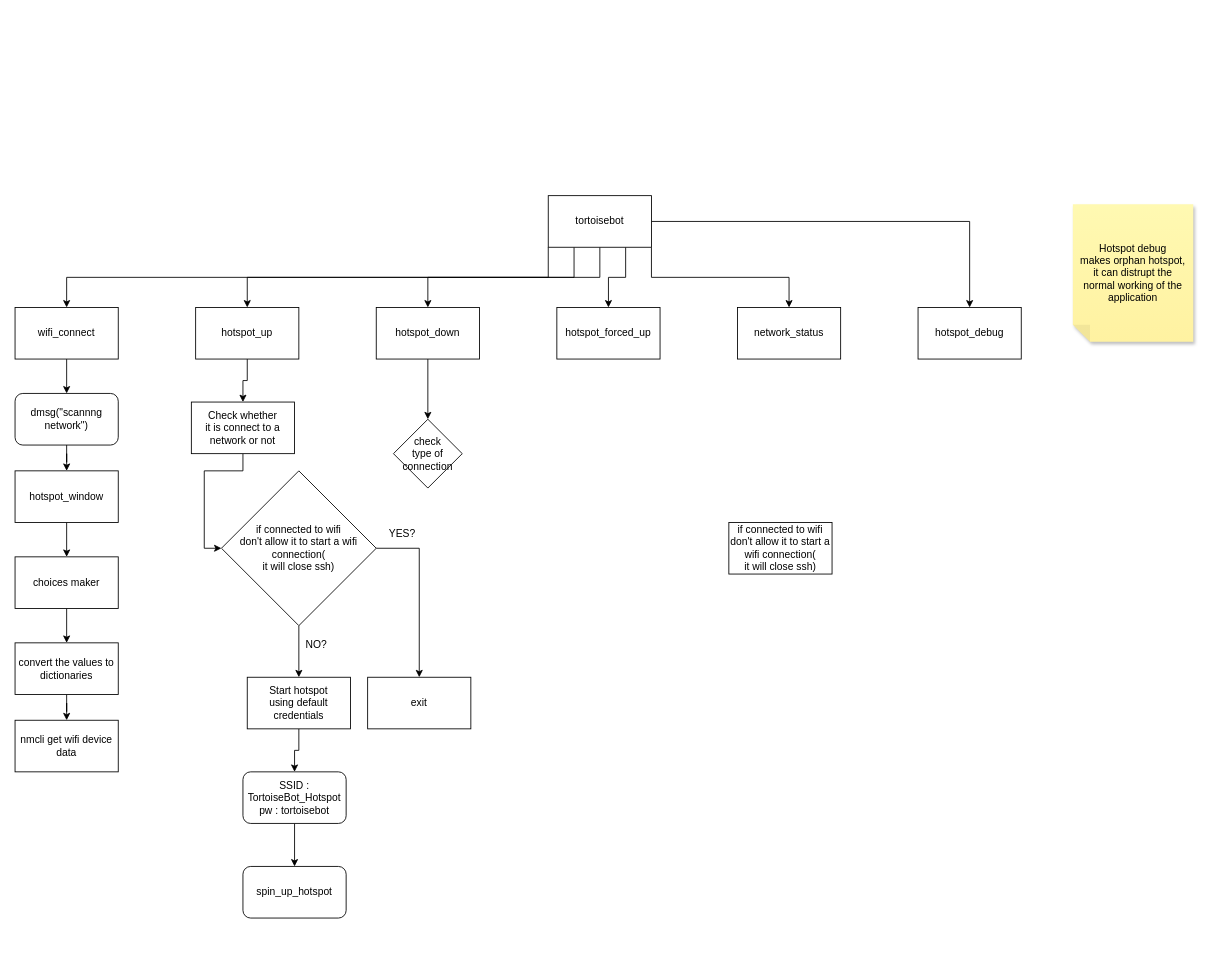
This is Untitled Diagram.drawio from lordofwizard/script, a draw.io file, before an edit. Source tidied: cells renumbered, new cells numbered last; positions are measured from the earlier drawing's top-left corner, leaving out a move shared by most shapes. Both pictures are drawn from the tidied source at 86%, with x=0, y=0 at pixel (15, 195).
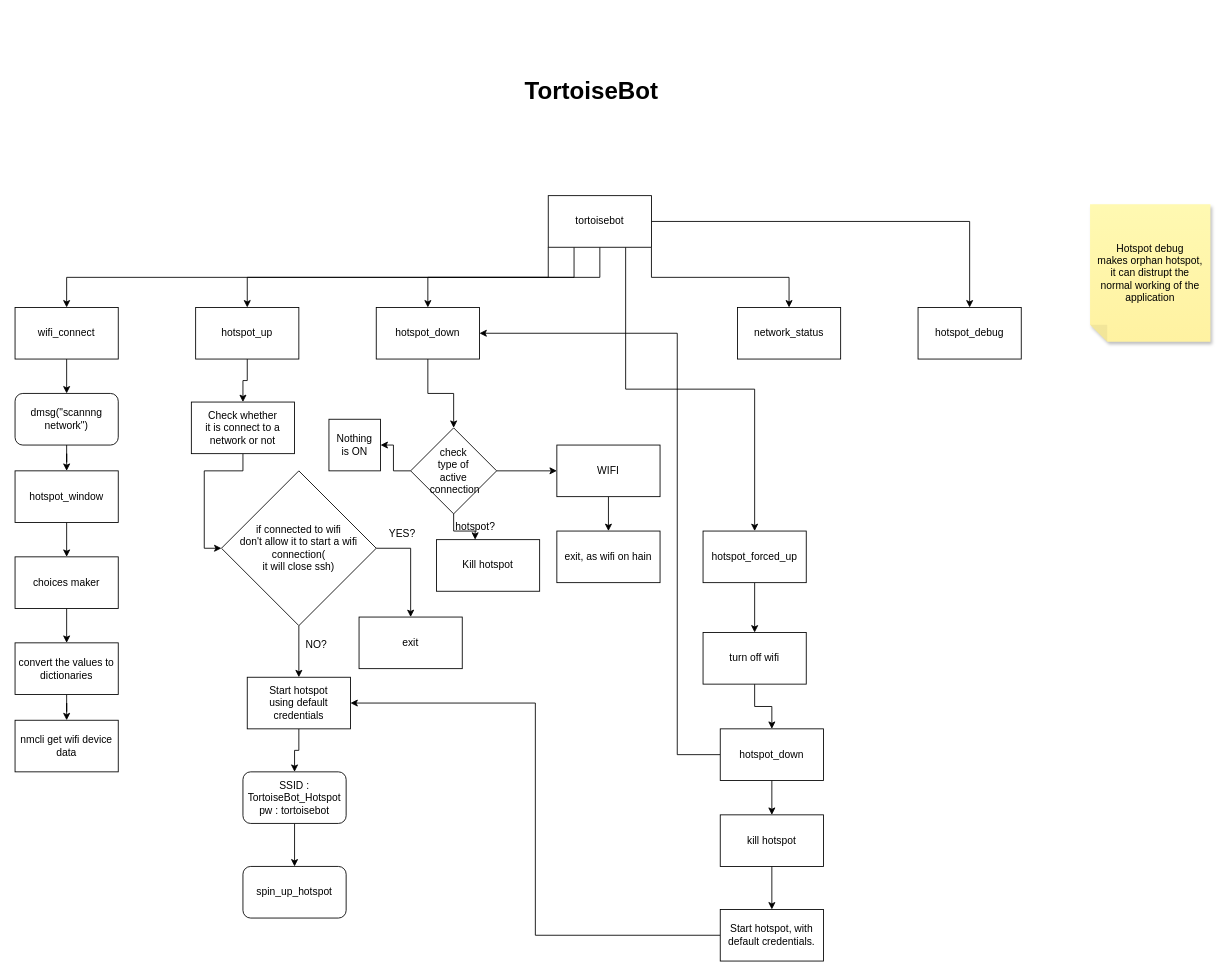
The same diagram, later.

Commit message:
updated, hotspot_down approach

The change refers to these unchanged cells:
```xml
<mxCell id="14" value="hotspot_down" style="whiteSpace=wrap;html=1;" parent="1" vertex="1">
  <mxGeometry x="420" y="130" width="120" height="60" as="geometry" />
</mxCell>
<mxCell id="37" value="Start hotspot &lt;br&gt;using default &lt;br&gt;credentials" style="whiteSpace=wrap;html=1;" parent="1" vertex="1">
  <mxGeometry x="270" y="560" width="120" height="60" as="geometry" />
</mxCell>
```

Diff of the diagram source:
```diff
@@
+    <mxCell id="43" style="edgeStyle=orthogonalEdgeStyle;rounded=0;jettySize=auto;html=1;" parent="1" edge="1" source="15" target="52">
+      <mxGeometry relative="1" as="geometry" />
+    </mxCell>
     <mxCell id="15" value="hotspot_forced_up" style="whiteSpace=wrap;html=1;" parent="1" vertex="1">
-      <mxGeometry x="630" y="130" width="120" height="60" as="geometry" />
+      <mxGeometry x="800" y="390" width="120" height="60" as="geometry" />
     </mxCell>
@@
     <mxCell id="29" value="&lt;div&gt;Hotspot debug&lt;/div&gt;&lt;div&gt;makes orphan hotspot,&lt;/div&gt;&lt;div&gt;it can distrupt the &lt;br&gt;&lt;/div&gt;&lt;div&gt;normal working of the application&lt;/div&gt;" style="shape=note;whiteSpace=wrap;html=1;backgroundOutline=1;fontColor=#000000;darkOpacity=0.05;fillColor=#FFF9B2;strokeColor=none;fillStyle=solid;direction=west;gradientDirection=north;gradientColor=#FFF2A1;shadow=1;size=20;" parent="1" vertex="1">
-      <mxGeometry x="1230" y="10" width="140" height="160" as="geometry" />
+      <mxGeometry x="1250" y="10" width="140" height="160" as="geometry" />
     </mxCell>
-    <mxCell id="30" value="&lt;div&gt;if connected to wifi&lt;/div&gt;&lt;div&gt;don't allow it to start a wifi connection(&lt;br&gt;it will close ssh)&lt;br&gt;&lt;/div&gt;" style="whiteSpace=wrap;html=1;" parent="1" vertex="1">
-      <mxGeometry x="830" y="380" width="120" height="60" as="geometry" />
-    </mxCell>
@@
     <mxCell id="35" value="&lt;div&gt;exit&lt;/div&gt;" style="whiteSpace=wrap;html=1;" parent="1" vertex="1">
-      <mxGeometry x="410" y="560" width="120" height="60" as="geometry" />
+      <mxGeometry x="400" y="490" width="120" height="60" as="geometry" />
     </mxCell>
@@
+    <mxCell id="44" style="edgeStyle=orthogonalEdgeStyle;rounded=0;jettySize=auto;html=1;" parent="1" edge="1" source="42" target="48">
+      <mxGeometry relative="1" as="geometry" />
+    </mxCell>
+    <mxCell id="45" style="edgeStyle=orthogonalEdgeStyle;rounded=0;jettySize=auto;html=1;" parent="1" edge="1" source="62" target="50">
+      <mxGeometry relative="1" as="geometry" />
+    </mxCell>
+    <mxCell id="46" style="edgeStyle=orthogonalEdgeStyle;rounded=0;jettySize=auto;html=1;" parent="1" edge="1" source="42" target="63">
+      <mxGeometry relative="1" as="geometry" />
+    </mxCell>
-    <mxCell id="42" value="check &lt;br&gt;type of connection" style="rhombus;whiteSpace=wrap;html=1;" parent="1" vertex="1">
-      <mxGeometry x="440" y="260" width="80" height="80" as="geometry" />
+    <mxCell id="42" value="check &lt;br&gt;&lt;div&gt;type of&lt;br&gt;active&lt;br&gt;&lt;/div&gt;&lt;div&gt;&amp;nbsp;connection&lt;/div&gt;" style="rhombus;whiteSpace=wrap;html=1;" parent="1" vertex="1">
+      <mxGeometry x="460" y="270" width="100" height="100" as="geometry" />
     </mxCell>
+    <mxCell id="47" style="edgeStyle=orthogonalEdgeStyle;rounded=0;jettySize=auto;html=1;" parent="1" edge="1" source="48" target="49">
+      <mxGeometry relative="1" as="geometry" />
+    </mxCell>
+    <mxCell id="48" value="WIFI" style="whiteSpace=wrap;html=1;" parent="1" vertex="1">
+      <mxGeometry x="630" y="290" width="120" height="60" as="geometry" />
+    </mxCell>
+    <mxCell id="49" value="exit, as wifi on hain" style="whiteSpace=wrap;html=1;" parent="1" vertex="1">
+      <mxGeometry x="630" y="390" width="120" height="60" as="geometry" />
+    </mxCell>
+    <mxCell id="50" value="Kill hotspot" style="whiteSpace=wrap;html=1;" parent="1" vertex="1">
+      <mxGeometry x="490" y="400" width="120" height="60" as="geometry" />
+    </mxCell>
+    <mxCell id="51" style="edgeStyle=orthogonalEdgeStyle;rounded=0;jettySize=auto;html=1;" parent="1" edge="1" source="52" target="55">
+      <mxGeometry relative="1" as="geometry" />
+    </mxCell>
+    <mxCell id="52" value="turn off wifi" style="whiteSpace=wrap;html=1;" parent="1" vertex="1">
+      <mxGeometry x="800" y="508" width="120" height="60" as="geometry" />
+    </mxCell>
+    <mxCell id="53" style="edgeStyle=orthogonalEdgeStyle;rounded=0;jettySize=auto;html=1;entryX=1;entryY=0.5;entryDx=0;entryDy=0;" parent="1" edge="1" source="55" target="14">
+      <mxGeometry relative="1" as="geometry">
+        <Array as="points">
+          <mxPoint x="770" y="650" />
+          <mxPoint x="770" y="160" />
+        </Array>
+      </mxGeometry>
+    </mxCell>
+    <mxCell id="54" style="edgeStyle=orthogonalEdgeStyle;rounded=0;jettySize=auto;html=1;" parent="1" edge="1" source="55" target="57">
+      <mxGeometry relative="1" as="geometry" />
+    </mxCell>
+    <mxCell id="55" value="hotspot_down" style="whiteSpace=wrap;html=1;" parent="1" vertex="1">
+      <mxGeometry x="820" y="620" width="120" height="60" as="geometry" />
+    </mxCell>
+    <mxCell id="56" style="edgeStyle=orthogonalEdgeStyle;rounded=0;jettySize=auto;html=1;" parent="1" edge="1" source="57" target="59">
+      <mxGeometry relative="1" as="geometry" />
+    </mxCell>
+    <mxCell id="57" value="&lt;div&gt;kill hotspot&lt;/div&gt;" style="whiteSpace=wrap;html=1;" parent="1" vertex="1">
+      <mxGeometry x="820" y="720" width="120" height="60" as="geometry" />
+    </mxCell>
+    <mxCell id="58" style="edgeStyle=orthogonalEdgeStyle;rounded=0;jettySize=auto;html=1;entryX=1;entryY=0.5;entryDx=0;entryDy=0;" parent="1" edge="1" source="59" target="37">
+      <mxGeometry relative="1" as="geometry" />
+    </mxCell>
+    <mxCell id="59" value="Start hotspot, with default credentials." style="whiteSpace=wrap;html=1;" parent="1" vertex="1">
+      <mxGeometry x="820" y="830" width="120" height="60" as="geometry" />
+    </mxCell>
+    <mxCell id="60" value="&lt;div align=&quot;justify&quot; style=&quot;font-size: 28px;&quot;&gt;&lt;h1&gt;&lt;b&gt;&lt;font style=&quot;font-size: 28px;&quot;&gt;TortoiseBot &lt;br&gt;&lt;/font&gt;&lt;/b&gt;&lt;/h1&gt;&lt;/div&gt;&lt;div align=&quot;justify&quot; style=&quot;font-size: 28px;&quot;&gt;&lt;b&gt;&lt;font style=&quot;font-size: 28px;&quot;&gt;&lt;br&gt;&lt;/font&gt;&lt;/b&gt;&lt;/div&gt;" style="text;html=1;align=center;verticalAlign=middle;strokeColor=none;fillColor=none;" parent="1" vertex="1">
+      <mxGeometry x="580" y="-210" width="180" height="190" as="geometry" />
+    </mxCell>
+    <mxCell id="61" style="edgeStyle=orthogonalEdgeStyle;rounded=0;jettySize=auto;html=1;" parent="1" edge="1" source="42" target="62">
+      <mxGeometry relative="1" as="geometry" />
+    </mxCell>
+    <mxCell id="62" value="hotspot?" style="text;html=1;align=center;verticalAlign=middle;points=[];strokeColor=none;fillColor=none;" parent="1" vertex="1">
+      <mxGeometry x="500" y="370" width="70" height="30" as="geometry" />
+    </mxCell>
+    <mxCell id="63" value="Nothing&lt;br&gt;is ON" style="whiteSpace=wrap;html=1;" parent="1" vertex="1">
+      <mxGeometry x="365" y="260" width="60" height="60" as="geometry" />
+    </mxCell>
```
